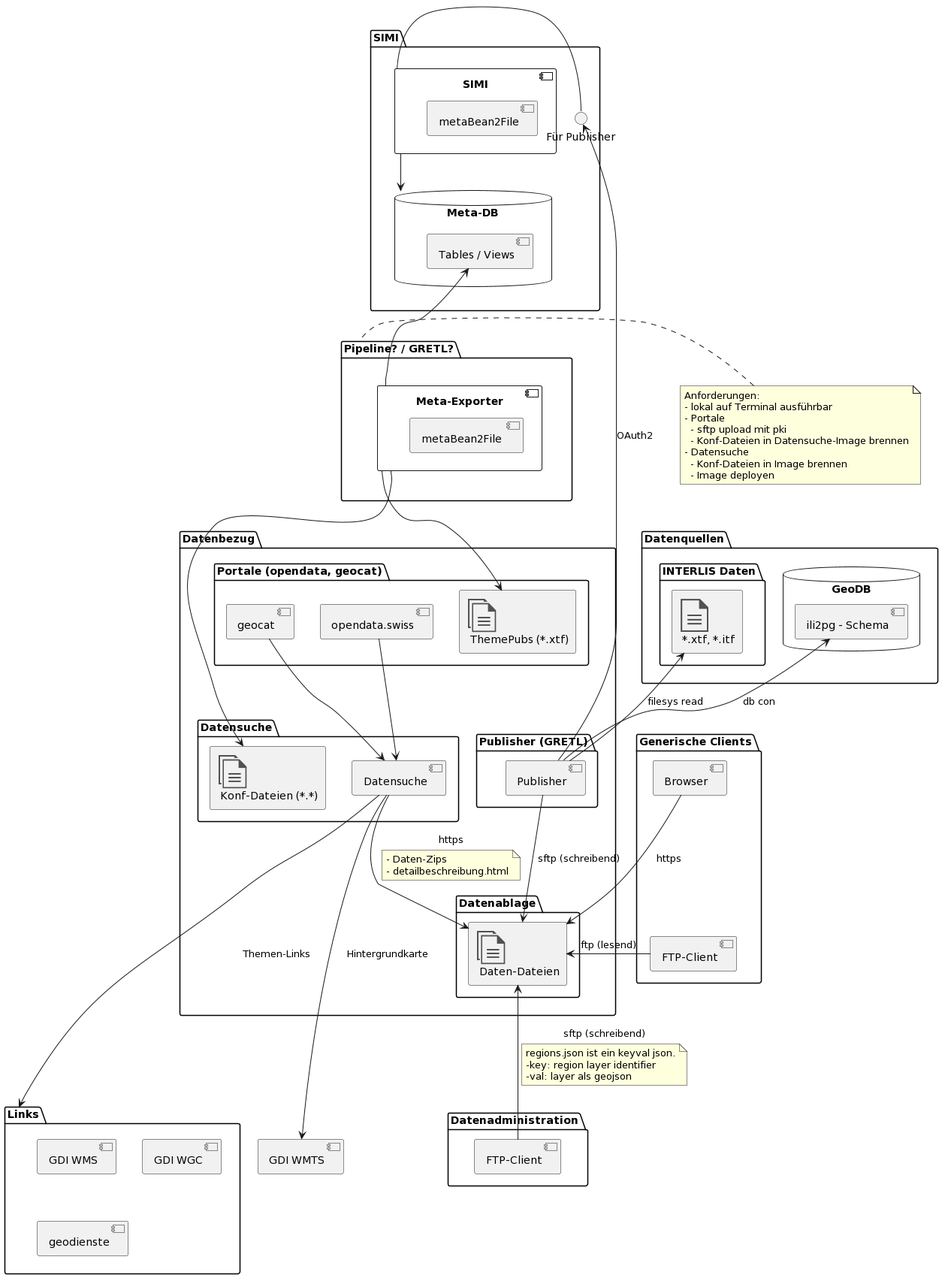
Earlier version of the PlantUML export res/uebersicht.png (sogis/p-datenbezug).
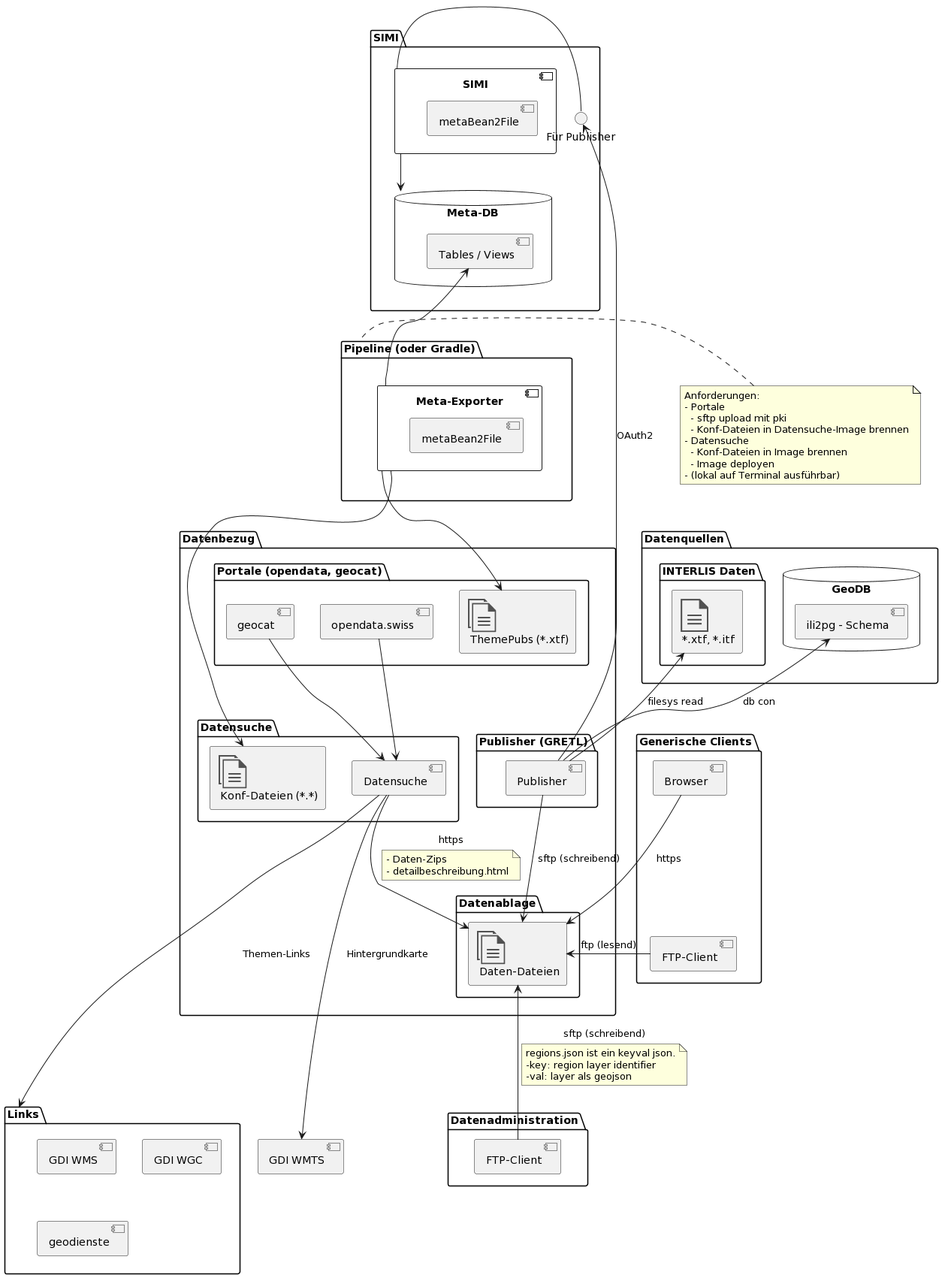
The same diagram one commit later.

Change to the diagram source:
```diff
@@ -29,7 +29,7 @@
     simi --> mdb
 }
 
-package "Pipeline? / GRETL?" as dag {
+package "Pipeline (oder Gradle)" as dag {
 
     component "Meta-Exporter" as mex {
       [metaBean2File ]
@@ -37,13 +37,13 @@
 }
 note left of dag
   Anforderungen:
-  - lokal auf Terminal ausführbar
   - Portale
     - sftp upload mit pki
     - Konf-Dateien in Datensuche-Image brennen
   - Datensuche
     - Konf-Dateien in Image brennen
     - Image deployen
+  - (lokal auf Terminal ausführbar)
 end note
 
 [GDI WMTS] as wmts
```
